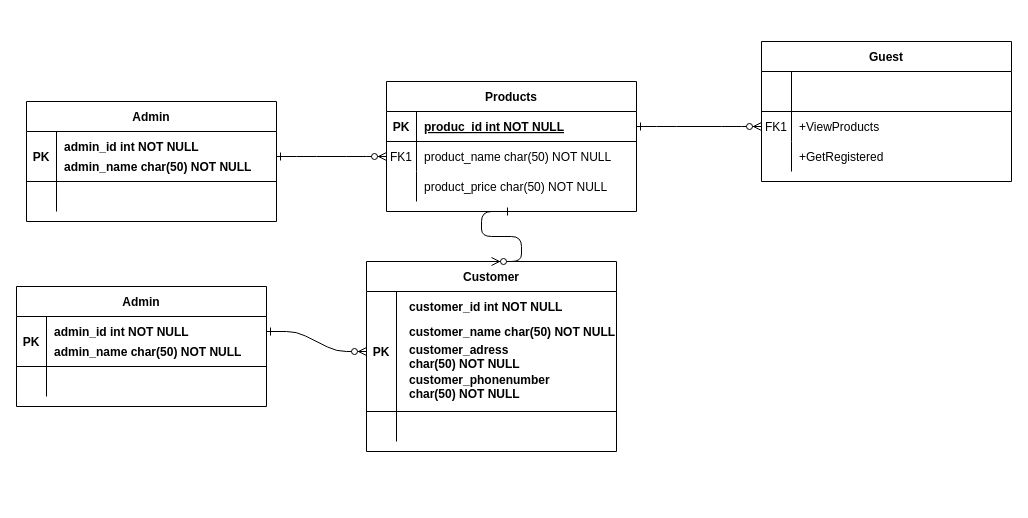
This is Untitled Diagram.drawio from George9923/Facultate123, a draw.io file, before an edit. Source tidied: cells renumbered, new cells numbered last; positions are measured from the earlier drawing's top-left corner, leaving out a move shared by most shapes. Both pictures are drawn from the tidied source at 100%, with x=0, y=0 at pixel (16, 41).
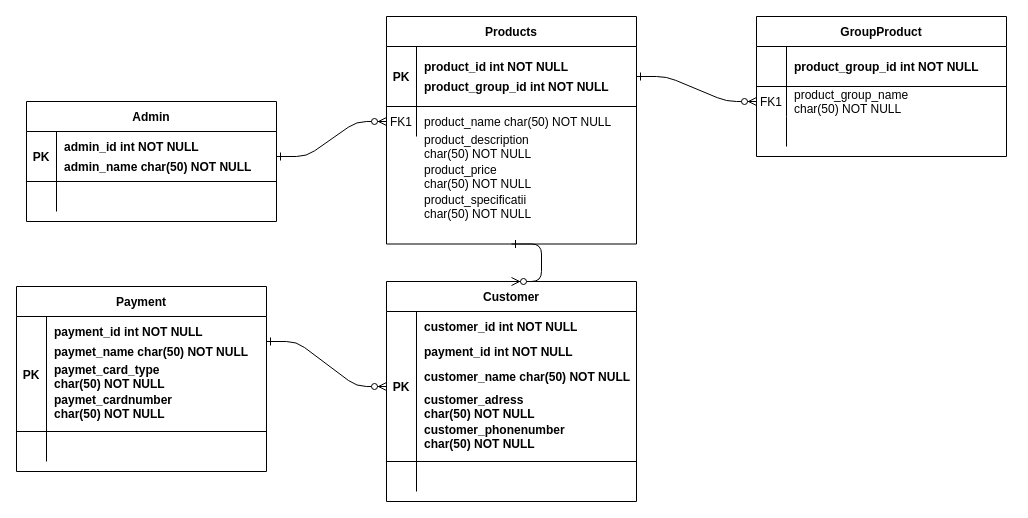
The same page after the edit.

Unchanged cells that the change refers to:
```xml
<mxCell id="18" style="shape=partialRectangle;fillColor=none;points=[[0,0.5],[1,0.5]];portConstraint=eastwest;top=0;left=0;right=0;bottom=0;" parent="14" vertex="1">
  <mxGeometry y="70" width="250" height="30" as="geometry" />
</mxCell>
<mxCell id="21" style="shape=partialRectangle;fillColor=none;top=0;left=0;right=0;bottom=0;" parent="14" vertex="1">
  <mxGeometry y="100" width="250" height="30" as="geometry" />
</mxCell>
```

Diff of the diagram source:
```diff
@@
     <mxCell id="4" value="Products" style="shape=table;startSize=30;childLayout=tableLayout;rowLines=0;fontStyle=1;align=center;" parent="1" vertex="1">
-      <mxGeometry x="370" y="40" width="250" height="130" as="geometry" />
+      <mxGeometry x="370" y="-25" width="250" height="227.5" as="geometry" />
     </mxCell>
     <mxCell id="5" style="shape=partialRectangle;fillColor=none;points=[[0,0.5],[1,0.5]];portConstraint=eastwest;top=0;left=0;right=0;bottom=1;" parent="4" vertex="1">
-      <mxGeometry y="30" width="250" height="30" as="geometry" />
+      <mxGeometry y="30" width="250" height="60" as="geometry" />
     </mxCell>
     <mxCell id="6" value="PK" style="shape=partialRectangle;overflow=hidden;fillColor=none;top=0;left=0;bottom=0;right=0;fontStyle=1;" parent="5" vertex="1">
-      <mxGeometry width="30" height="30" as="geometry" />
+      <mxGeometry width="30" height="60" as="geometry" />
     </mxCell>
-    <mxCell id="7" value="produc_id int NOT NULL " style="shape=partialRectangle;overflow=hidden;fillColor=none;top=0;left=0;bottom=0;right=0;align=left;spacingLeft=6;fontStyle=5;" parent="5" vertex="1">
-      <mxGeometry x="30" width="220" height="30" as="geometry" />
+    <mxCell id="7" style="shape=partialRectangle;overflow=hidden;fillColor=none;top=0;left=0;bottom=0;right=0;align=left;spacingLeft=6;fontStyle=5;" parent="5" vertex="1">
+      <mxGeometry x="30" width="220" height="60" as="geometry" />
     </mxCell>
     <mxCell id="8" style="shape=partialRectangle;fillColor=none;points=[[0,0.5],[1,0.5]];portConstraint=eastwest;top=0;left=0;right=0;bottom=0;" parent="4" vertex="1">
-      <mxGeometry y="60" width="250" height="30" as="geometry" />
+      <mxGeometry y="90" width="250" height="30" as="geometry" />
     </mxCell>
@@
-    <mxCell id="11" style="shape=partialRectangle;fillColor=none;top=0;left=0;right=0;bottom=0;" parent="4" vertex="1">
-      <mxGeometry y="90" width="250" height="30" as="geometry" />
-    </mxCell>
-    <mxCell id="12" style="shape=partialRectangle;overflow=hidden;fillColor=none;top=0;left=0;bottom=0;right=0;" parent="11" vertex="1">
-      <mxGeometry width="30" height="30" as="geometry" />
-    </mxCell>
-    <mxCell id="13" value="product_price char(50) NOT NULL" style="shape=partialRectangle;overflow=hidden;fillColor=none;top=0;left=0;bottom=0;right=0;align=left;spacingLeft=6;" parent="11" vertex="1">
-      <mxGeometry x="30" width="220" height="30" as="geometry" />
-    </mxCell>
-    <mxCell id="14" value="Guest" style="shape=table;startSize=30;childLayout=tableLayout;rowLines=0;fontStyle=1;align=center;" parent="1" vertex="1">
-      <mxGeometry x="745" width="250" height="140" as="geometry" />
+    <mxCell id="14" value="GroupProduct" style="shape=table;startSize=30;childLayout=tableLayout;rowLines=0;fontStyle=1;align=center;" parent="1" vertex="1">
+      <mxGeometry x="740" y="-25" width="250" height="140" as="geometry" />
     </mxCell>
@@
-    <mxCell id="20" value="+ViewProducts" style="shape=partialRectangle;overflow=hidden;fillColor=none;top=0;left=0;bottom=0;right=0;align=left;spacingLeft=6;" parent="18" vertex="1">
+    <mxCell id="20" value="product_group_name &#10;char(50) NOT NULL" style="shape=partialRectangle;overflow=hidden;fillColor=none;top=0;left=0;bottom=0;right=0;align=left;spacingLeft=6;" parent="18" vertex="1">
       <mxGeometry x="30" width="220" height="30" as="geometry" />
     </mxCell>
@@
-    <mxCell id="23" value="+GetRegistered" style="shape=partialRectangle;overflow=hidden;fillColor=none;top=0;left=0;bottom=0;right=0;align=left;spacingLeft=6;" parent="21" vertex="1">
+    <mxCell id="23" style="shape=partialRectangle;overflow=hidden;fillColor=none;top=0;left=0;bottom=0;right=0;align=left;spacingLeft=6;" parent="21" vertex="1">
       <mxGeometry x="30" width="220" height="30" as="geometry" />
     </mxCell>
@@
     <mxCell id="33" value="Customer" style="shape=table;startSize=30;childLayout=tableLayout;rowLines=0;fontStyle=1;align=center;" parent="1" vertex="1">
-      <mxGeometry x="350" y="220" width="250" height="190" as="geometry" />
+      <mxGeometry x="370" y="240" width="250" height="220" as="geometry" />
     </mxCell>
     <mxCell id="34" style="shape=partialRectangle;fillColor=none;points=[[0,0.5],[1,0.5]];portConstraint=eastwest;top=0;left=0;right=0;bottom=1;" parent="33" vertex="1">
-      <mxGeometry y="30" width="250" height="120" as="geometry" />
+      <mxGeometry y="30" width="250" height="150" as="geometry" />
     </mxCell>
     <mxCell id="35" value="PK" style="shape=partialRectangle;overflow=hidden;fillColor=none;top=0;left=0;bottom=0;right=0;fontStyle=1;" parent="34" vertex="1">
-      <mxGeometry width="30" height="120" as="geometry" />
+      <mxGeometry width="30" height="150" as="geometry" />
     </mxCell>
     <mxCell id="36" style="shape=partialRectangle;overflow=hidden;fillColor=none;top=0;left=0;bottom=0;right=0;align=left;spacingLeft=6;fontStyle=5;" parent="34" vertex="1">
-      <mxGeometry x="30" width="220" height="120" as="geometry" />
+      <mxGeometry x="30" width="220" height="150" as="geometry" />
     </mxCell>
     <mxCell id="37" style="shape=partialRectangle;fillColor=none;top=0;left=0;right=0;bottom=0;" parent="33" vertex="1">
-      <mxGeometry y="150" width="250" height="30" as="geometry" />
+      <mxGeometry y="180" width="250" height="30" as="geometry" />
     </mxCell>
@@
     <mxCell id="40" value="customer_id int NOT NULL" style="shape=partialRectangle;overflow=hidden;fillColor=none;top=0;left=0;bottom=0;right=0;align=left;spacingLeft=6;fontStyle=1;" parent="1" vertex="1">
-      <mxGeometry x="385" y="250" width="220" height="30" as="geometry" />
+      <mxGeometry x="400" y="270" width="220" height="30" as="geometry" />
     </mxCell>
     <mxCell id="41" value="customer_name char(50) NOT NULL" style="shape=partialRectangle;overflow=hidden;fillColor=none;top=0;left=0;bottom=0;right=0;align=left;spacingLeft=6;fontStyle=1;" parent="1" vertex="1">
-      <mxGeometry x="385" y="275" width="220" height="30" as="geometry" />
+      <mxGeometry x="400" y="320" width="220" height="30" as="geometry" />
     </mxCell>
@@
     <mxCell id="43" value="customer_adress &#10;char(50) NOT NULL" style="shape=partialRectangle;overflow=hidden;fillColor=none;top=0;left=0;bottom=0;right=0;align=left;spacingLeft=6;fontStyle=1;" parent="1" vertex="1">
-      <mxGeometry x="385" y="300" width="220" height="30" as="geometry" />
+      <mxGeometry x="400" y="350" width="220" height="30" as="geometry" />
     </mxCell>
     <mxCell id="44" value="customer_phonenumber&#10;char(50) NOT NULL" style="shape=partialRectangle;overflow=hidden;fillColor=none;top=0;left=0;bottom=0;right=0;align=left;spacingLeft=6;fontStyle=1;" parent="1" vertex="1">
-      <mxGeometry x="385" y="330" width="220" height="30" as="geometry" />
+      <mxGeometry x="400" y="380" width="220" height="30" as="geometry" />
     </mxCell>
-    <mxCell id="45" value="Admin" style="shape=table;startSize=30;childLayout=tableLayout;rowLines=0;fontStyle=1;align=center;" parent="1" vertex="1">
-      <mxGeometry y="245" width="250" height="120" as="geometry" />
+    <mxCell id="45" value="Payment" style="shape=table;startSize=30;childLayout=tableLayout;rowLines=0;fontStyle=1;align=center;" parent="1" vertex="1">
+      <mxGeometry y="245" width="250" height="185" as="geometry" />
     </mxCell>
     <mxCell id="46" style="shape=partialRectangle;fillColor=none;top=0;left=0;right=0;bottom=1;" parent="45" vertex="1">
-      <mxGeometry y="30" width="250" height="50" as="geometry" />
+      <mxGeometry y="30" width="250" height="115" as="geometry" />
     </mxCell>
     <mxCell id="47" value="PK" style="shape=partialRectangle;overflow=hidden;fillColor=none;top=0;left=0;bottom=0;right=0;fontStyle=1;" parent="46" vertex="1">
-      <mxGeometry width="30" height="50" as="geometry" />
+      <mxGeometry width="30" height="115" as="geometry" />
     </mxCell>
     <mxCell id="48" style="shape=partialRectangle;overflow=hidden;fillColor=none;top=0;left=0;bottom=0;right=0;align=left;spacingLeft=6;fontStyle=5;" parent="46" vertex="1">
-      <mxGeometry x="30" width="220" height="50" as="geometry" />
+      <mxGeometry x="30" width="220" height="115" as="geometry" />
     </mxCell>
     <mxCell id="49" style="shape=partialRectangle;fillColor=none;top=0;left=0;right=0;bottom=0;" parent="45" vertex="1">
-      <mxGeometry y="80" width="250" height="30" as="geometry" />
+      <mxGeometry y="145" width="250" height="30" as="geometry" />
     </mxCell>
@@
-    <mxCell id="52" value="admin_id int NOT NULL" style="shape=partialRectangle;overflow=hidden;fillColor=none;top=0;left=0;bottom=0;right=0;align=left;spacingLeft=6;fontStyle=1;" parent="1" vertex="1">
+    <mxCell id="52" value="payment_id int NOT NULL" style="shape=partialRectangle;overflow=hidden;fillColor=none;top=0;left=0;bottom=0;right=0;align=left;spacingLeft=6;fontStyle=1;" parent="1" vertex="1">
       <mxGeometry x="30" y="275" width="220" height="30" as="geometry" />
     </mxCell>
-    <mxCell id="53" value="admin_name char(50) NOT NULL" style="shape=partialRectangle;overflow=hidden;fillColor=none;top=0;left=0;bottom=0;right=0;align=left;spacingLeft=6;fontStyle=1;" parent="1" vertex="1">
+    <mxCell id="53" value="paymet_name char(50) NOT NULL" style="shape=partialRectangle;overflow=hidden;fillColor=none;top=0;left=0;bottom=0;right=0;align=left;spacingLeft=6;fontStyle=1;" parent="1" vertex="1">
       <mxGeometry x="30" y="295" width="220" height="30" as="geometry" />
     </mxCell>
     <mxCell id="54" style="edgeStyle=entityRelationEdgeStyle;endArrow=ERzeroToMany;startArrow=ERone;endFill=1;startFill=0;entryX=0;entryY=0.5;entryDx=0;entryDy=0;" parent="1" edge="1" target="34">
       <mxGeometry relative="1" as="geometry">
-        <mxPoint x="250" y="290" as="sourcePoint" />
+        <mxPoint x="250" y="300" as="sourcePoint" />
       </mxGeometry>
     </mxCell>
+    <mxCell id="55" value="paymet_card_type &#10;char(50) NOT NULL" style="shape=partialRectangle;overflow=hidden;fillColor=none;top=0;left=0;bottom=0;right=0;align=left;spacingLeft=6;fontStyle=1;" parent="1" vertex="1">
+      <mxGeometry x="30" y="320" width="220" height="30" as="geometry" />
+    </mxCell>
+    <mxCell id="56" value="paymet_cardnumber&#10;char(50) NOT NULL" style="shape=partialRectangle;overflow=hidden;fillColor=none;top=0;left=0;bottom=0;right=0;align=left;spacingLeft=6;fontStyle=1;" parent="1" vertex="1">
+      <mxGeometry x="30" y="350" width="220" height="30" as="geometry" />
+    </mxCell>
+    <mxCell id="57" value="product_id int NOT NULL" style="shape=partialRectangle;overflow=hidden;fillColor=none;top=0;left=0;bottom=0;right=0;align=left;spacingLeft=6;fontStyle=1;" parent="1" vertex="1">
+      <mxGeometry x="400" y="10" width="220" height="30" as="geometry" />
+    </mxCell>
+    <mxCell id="58" value="product_group_id int NOT NULL" style="shape=partialRectangle;overflow=hidden;fillColor=none;top=0;left=0;bottom=0;right=0;align=left;spacingLeft=6;fontStyle=1;" parent="1" vertex="1">
+      <mxGeometry x="400" y="30" width="220" height="30" as="geometry" />
+    </mxCell>
+    <mxCell id="59" value="product_group_id int NOT NULL" style="shape=partialRectangle;overflow=hidden;fillColor=none;top=0;left=0;bottom=0;right=0;align=left;spacingLeft=6;fontStyle=1;" parent="1" vertex="1">
+      <mxGeometry x="770" y="10" width="220" height="30" as="geometry" />
+    </mxCell>
+    <mxCell id="60" value="payment_id int NOT NULL" style="shape=partialRectangle;overflow=hidden;fillColor=none;top=0;left=0;bottom=0;right=0;align=left;spacingLeft=6;fontStyle=1;" parent="1" vertex="1">
+      <mxGeometry x="400" y="295" width="220" height="30" as="geometry" />
+    </mxCell>
+    <mxCell id="61" value="product_description &#10;char(50) NOT NULL" style="shape=partialRectangle;overflow=hidden;fillColor=none;top=0;left=0;bottom=0;right=0;align=left;spacingLeft=6;" parent="1" vertex="1">
+      <mxGeometry x="400" y="90" width="220" height="30" as="geometry" />
+    </mxCell>
+    <mxCell id="13" value="product_price&#10;char(50) NOT NULL" style="shape=partialRectangle;overflow=hidden;fillColor=none;top=0;left=0;bottom=0;right=0;align=left;spacingLeft=6;" parent="1" vertex="1">
+      <mxGeometry x="400" y="120" width="220" height="30" as="geometry" />
+    </mxCell>
+    <mxCell id="62" value="product_specificatii &#10;char(50) NOT NULL" style="shape=partialRectangle;overflow=hidden;fillColor=none;top=0;left=0;bottom=0;right=0;align=left;spacingLeft=6;" parent="1" vertex="1">
+      <mxGeometry x="400" y="150" width="220" height="30" as="geometry" />
+    </mxCell>
```
